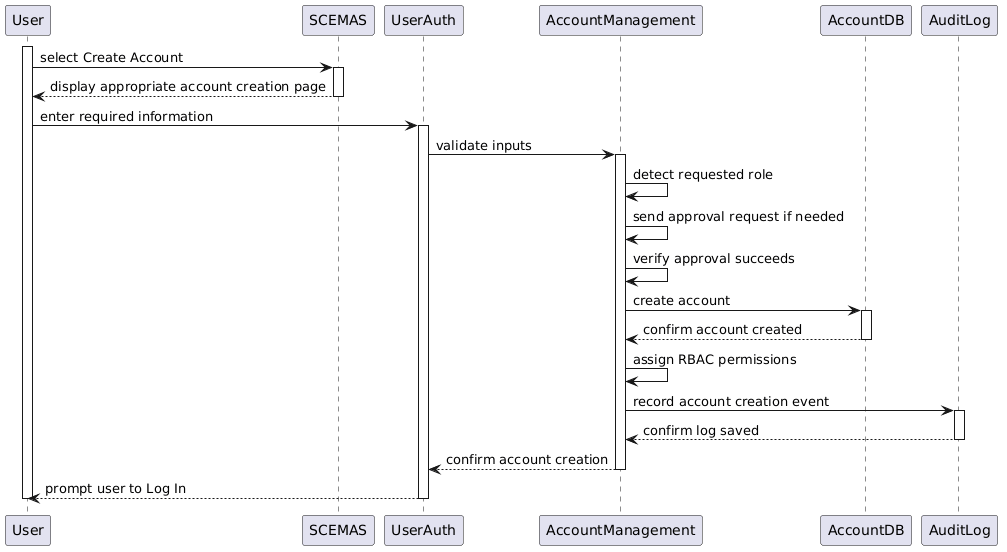
This is docs/diagrams/compiled/sequence/BE4_CreateAccount.png from harmanpreet-sagar/sfwreng-3a04-group6-t01-scemas, a PlantUML export, as it was before one commit. The source it was exported from:
```plantuml
@startuml
activate User

User -> SCEMAS : select Create Account
activate SCEMAS
SCEMAS --> User : display appropriate account creation page
deactivate SCEMAS

User -> UserAuth : enter required information
activate UserAuth

UserAuth -> AccountManagement : validate inputs
activate AccountManagement

AccountManagement -> AccountManagement : detect requested role
AccountManagement -> AccountManagement : send approval request if needed
AccountManagement -> AccountManagement : verify approval succeeds

AccountManagement -> AccountDB : create account
activate AccountDB
AccountDB --> AccountManagement : confirm account created
deactivate AccountDB

AccountManagement -> AccountManagement : assign RBAC permissions

AccountManagement -> AuditLog : record account creation event
activate AuditLog
AuditLog --> AccountManagement : confirm log saved
deactivate AuditLog

AccountManagement --> UserAuth : confirm account creation
deactivate AccountManagement

UserAuth --> User : prompt user to Log In
deactivate UserAuth

deactivate User
@enduml
```
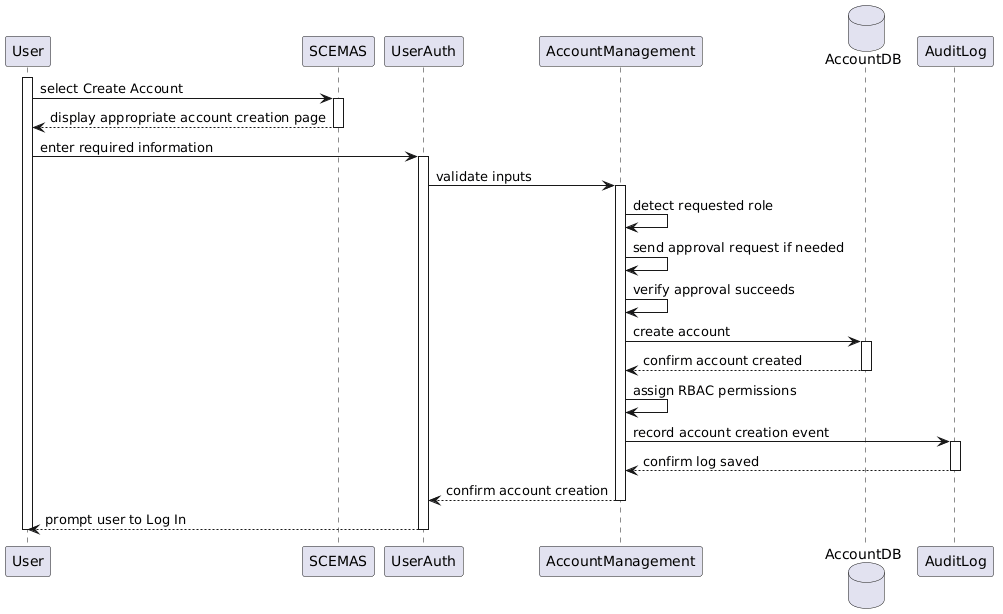
The same file after the commit.

The edit, as a diff of the source:
```diff
@@ -1,4 +1,11 @@
 @startuml
+participant "User" as User
+participant "SCEMAS" as SCEMAS
+participant "UserAuth" as UserAuth
+participant "AccountManagement" as AccountManagement
+database "AccountDB" as AccountDB
+participant "AuditLog" as AuditLog
+
 activate User
 
 User -> SCEMAS : select Create Account
```
